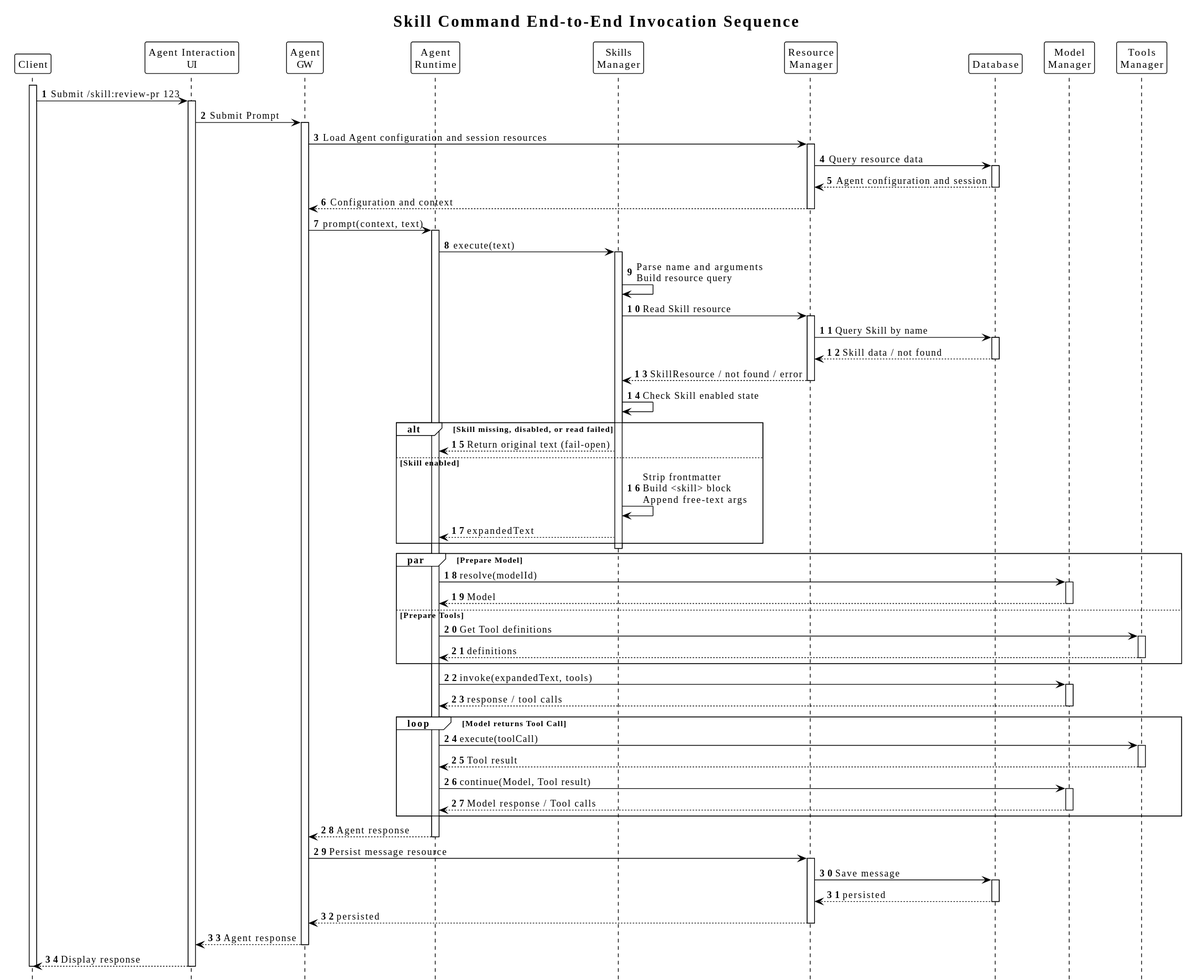
Before: diagrams/skill-command/08-end-to-end-invocation.svg, a diagram exported from PlantUML (superheromeZzh/pi-mono-java-design).
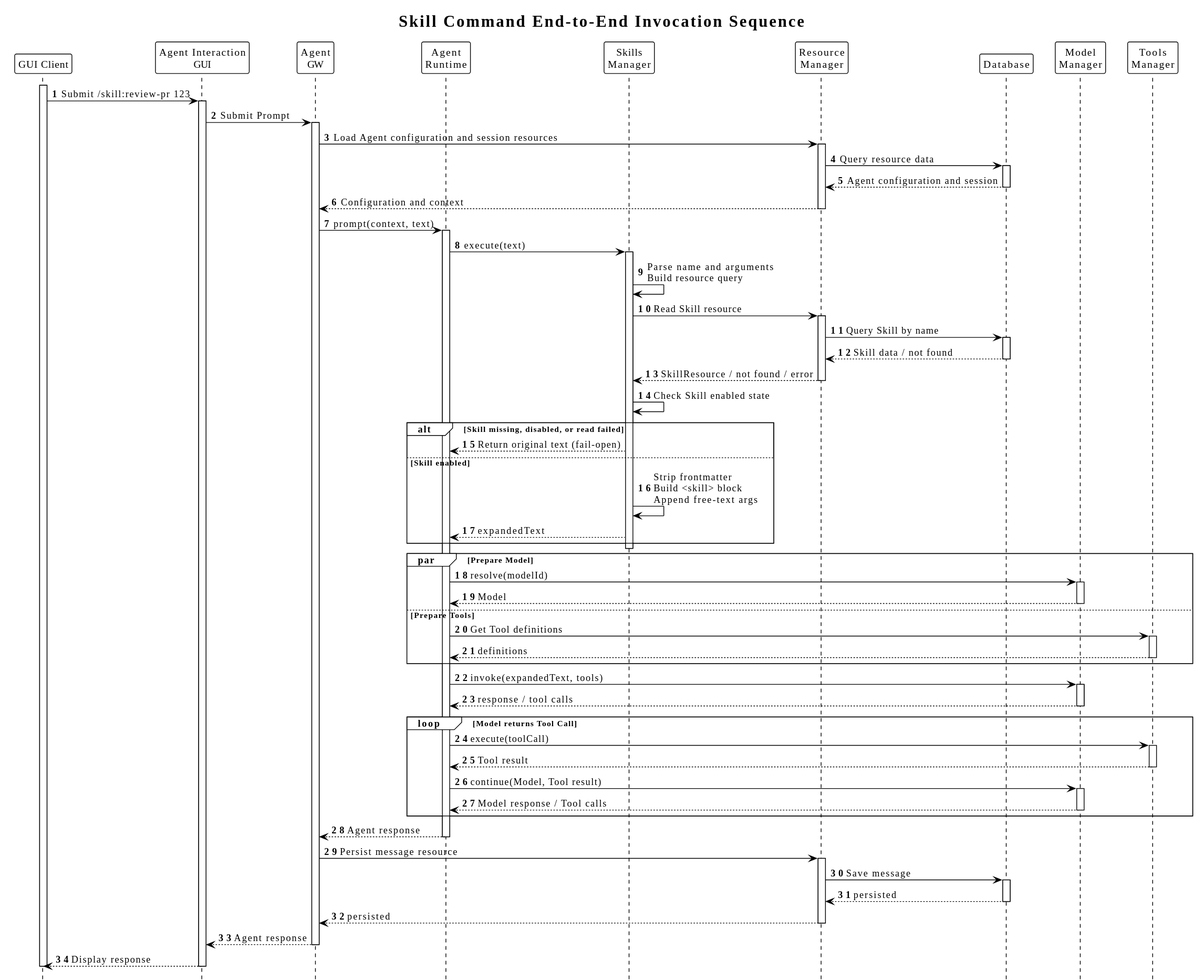
The same file after the commit.

Diff of the diagram source:
```diff
@@ -9,8 +9,8 @@
 autonumber
 title Skill Command End-to-End Invocation Sequence
 
-participant "Client" as Client
-participant "Agent Interaction\nUI" as UI
+participant "GUI Client" as Client
+participant "Agent Interaction\nGUI" as UI
 participant "Agent\nGW" as Gateway
 participant "Agent\nRuntime" as Runtime
 participant "Skills\nManager" as SkillsManager
```
